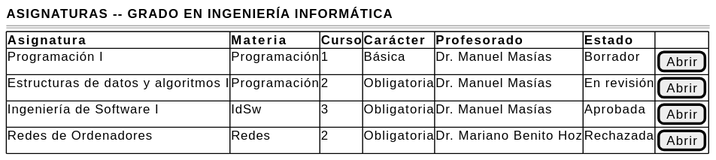
The PlantUML diagram images/RUP/01-requisitos/03-detalle-casos-uso/abrirAsignaturasGrado/wireframe.svg in mmasias/pyCeldaPublico, before a commit.
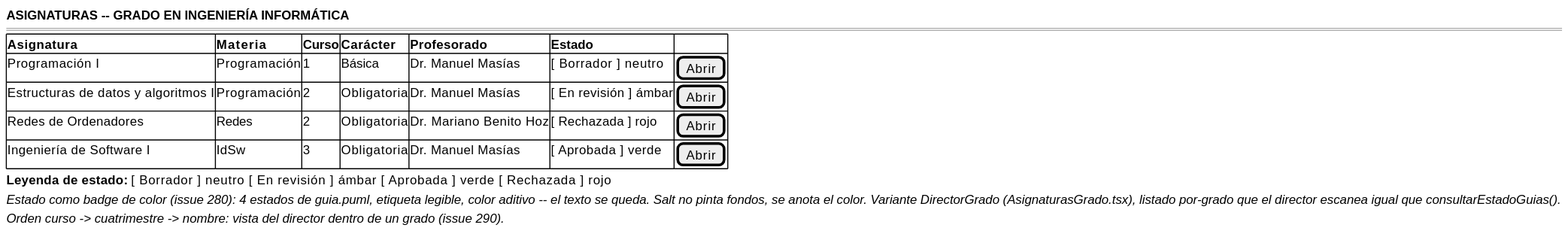
After the change.

Diff of the diagram source:
```diff
@@ -4,11 +4,14 @@
     ====
     {#
     <b>Asignatura                          | <b>Materia    | <b>Curso  | <b>Carácter | <b>Profesorado      |<b>Estado| .
-    Programación I                         | Programación  | 1         | Básica | Dr. Manuel Masías        |Borrador| [Abrir]
-    Estructuras de datos y algoritmos I    | Programación  | 2         | Obligatoria | Dr. Manuel Masías   |En revisión| [Abrir]
-    Ingeniería de Software I               | IdSw          | 3         | Obligatoria | Dr. Manuel Masías   |Aprobada| [Abrir]
-    Redes de Ordenadores                   | Redes         | 2         | Obligatoria | Dr. Mariano Benito Hoz |Rechazada| [Abrir]
+    Programación I                         | Programación  | 1         | Básica | Dr. Manuel Masías        |[ Borrador ] neutro| [Abrir]
+    Estructuras de datos y algoritmos I    | Programación  | 2         | Obligatoria | Dr. Manuel Masías   |[ En revisión ] ámbar| [Abrir]
+    Redes de Ordenadores                   | Redes         | 2         | Obligatoria | Dr. Mariano Benito Hoz |[ Rechazada ] rojo| [Abrir]
+    Ingeniería de Software I               | IdSw          | 3         | Obligatoria | Dr. Manuel Masías   |[ Aprobada ] verde| [Abrir]
 
     }
+    <b>Leyenda de estado:</b> [ Borrador ] neutro   [ En revisión ] ámbar   [ Aprobada ] verde   [ Rechazada ] rojo
+    <i>Estado como badge de color (issue 280): 4 estados de guia.puml, etiqueta legible, color aditivo -- el texto se queda. Salt no pinta fondos, se anota el color. Variante DirectorGrado (AsignaturasGrado.tsx), listado por-grado que el director escanea igual que consultarEstadoGuias().</i>
+    <i>Orden curso -> cuatrimestre -> nombre: vista del director dentro de un grado (issue 290).</i>
 }
 @endsalt
```
